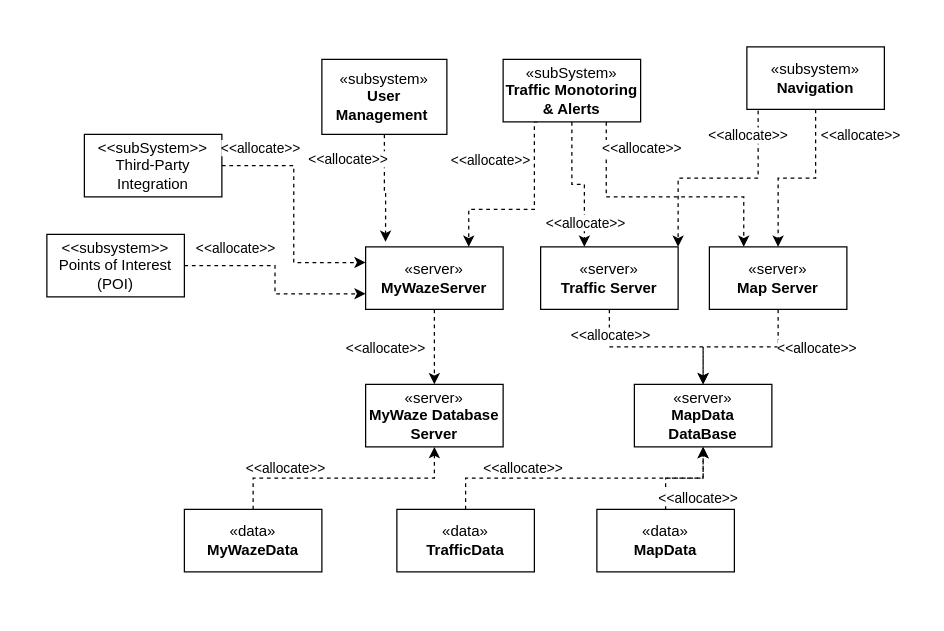
luislamy/msp keeps this draw.io diagram as Diagrams/DeploymentBDD.drawio. Above is the earlier version. Source tidied: cells renumbered, new cells numbered last; positions are measured from the earlier drawing's top-left corner, leaving out a move shared by most shapes. Both pictures are drawn from the tidied source at 125%, with x=0, y=0 at pixel (46, 46).
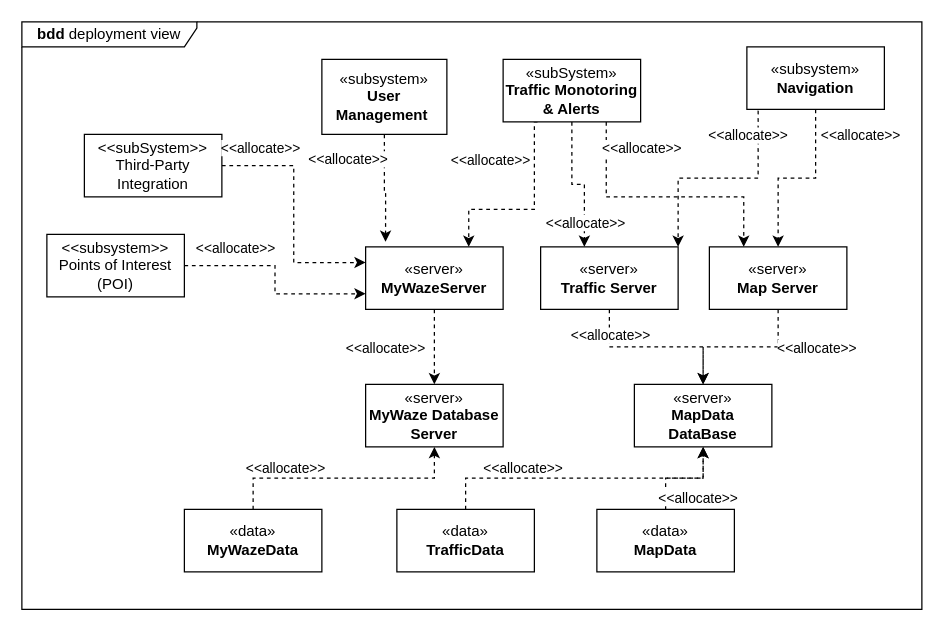
The same page after the edit.

Change to the diagram source:
```diff
@@
+    <mxCell id="43" value="&lt;b&gt;bdd &lt;/b&gt;deployment view" style="shape=umlFrame;whiteSpace=wrap;html=1;width=140;height=20;" parent="1" vertex="1">
+      <mxGeometry x="-20" y="-20" width="720" height="470" as="geometry" />
+    </mxCell>
```
